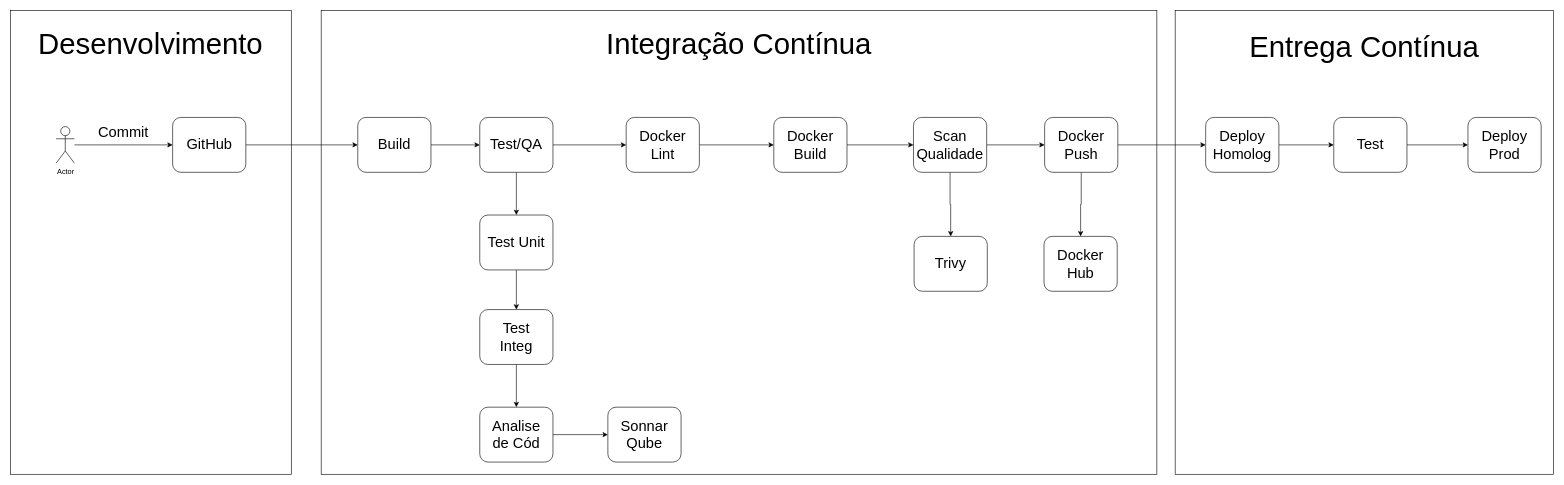
gabrieloliverlima/pipeline-cicd keeps this draw.io diagram as Untitled Diagram.drawio. Above is the earlier version. Source tidied: cells renumbered, new cells numbered last; positions are measured from the earlier drawing's top-left corner, leaving out a move shared by most shapes. Both pictures are drawn from the tidied source at 61%, with x=0, y=0 at pixel (10, 10).
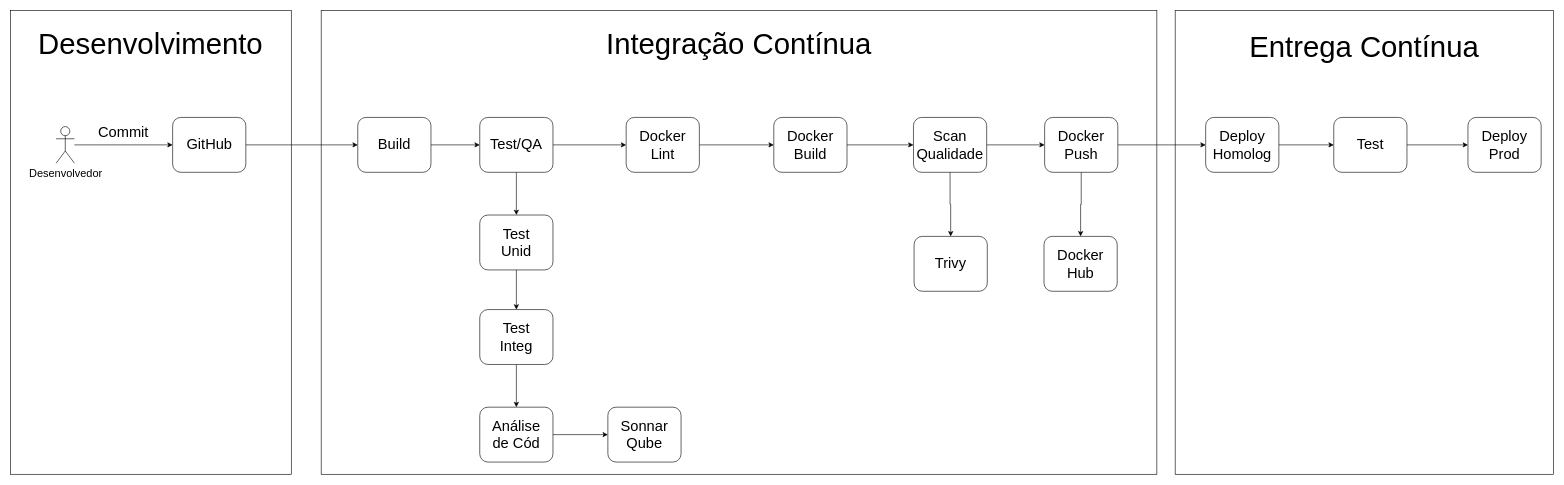
Above is the later version.

The edit, as a diff of the source:
```diff
@@
-    <mxCell id="9" value="Actor" style="shape=umlActor;verticalLabelPosition=bottom;verticalAlign=top;html=1;outlineConnect=0;" parent="1" vertex="1">
+    <mxCell id="9" value="&lt;font style=&quot;font-size: 18px;&quot;&gt;Desenvolvedor&lt;/font&gt;" style="shape=umlActor;verticalLabelPosition=bottom;verticalAlign=top;html=1;outlineConnect=0;" parent="1" vertex="1">
       <mxGeometry x="74.5" y="190" width="30" height="60" as="geometry" />
     </mxCell>
@@
-    <mxCell id="23" value="&lt;font style=&quot;font-size: 24px;&quot;&gt;Test Unit&lt;/font&gt;" style="text;html=1;align=center;verticalAlign=middle;whiteSpace=wrap;rounded=0;" parent="1" vertex="1">
+    <mxCell id="23" value="&lt;font style=&quot;font-size: 24px;&quot;&gt;Test Unid&lt;/font&gt;" style="text;html=1;align=center;verticalAlign=middle;whiteSpace=wrap;rounded=0;" parent="1" vertex="1">
       <mxGeometry x="779" y="360" width="100" height="40" as="geometry" />
     </mxCell>
@@
-    <mxCell id="29" value="&lt;font style=&quot;font-size: 24px;&quot;&gt;Analise de Cód&lt;/font&gt;" style="text;html=1;align=center;verticalAlign=middle;whiteSpace=wrap;rounded=0;" parent="1" vertex="1">
+    <mxCell id="29" value="&lt;font style=&quot;font-size: 24px;&quot;&gt;Análise de Cód&lt;/font&gt;" style="text;html=1;align=center;verticalAlign=middle;whiteSpace=wrap;rounded=0;" parent="1" vertex="1">
       <mxGeometry x="779" y="675" width="100" height="40" as="geometry" />
     </mxCell>
```
